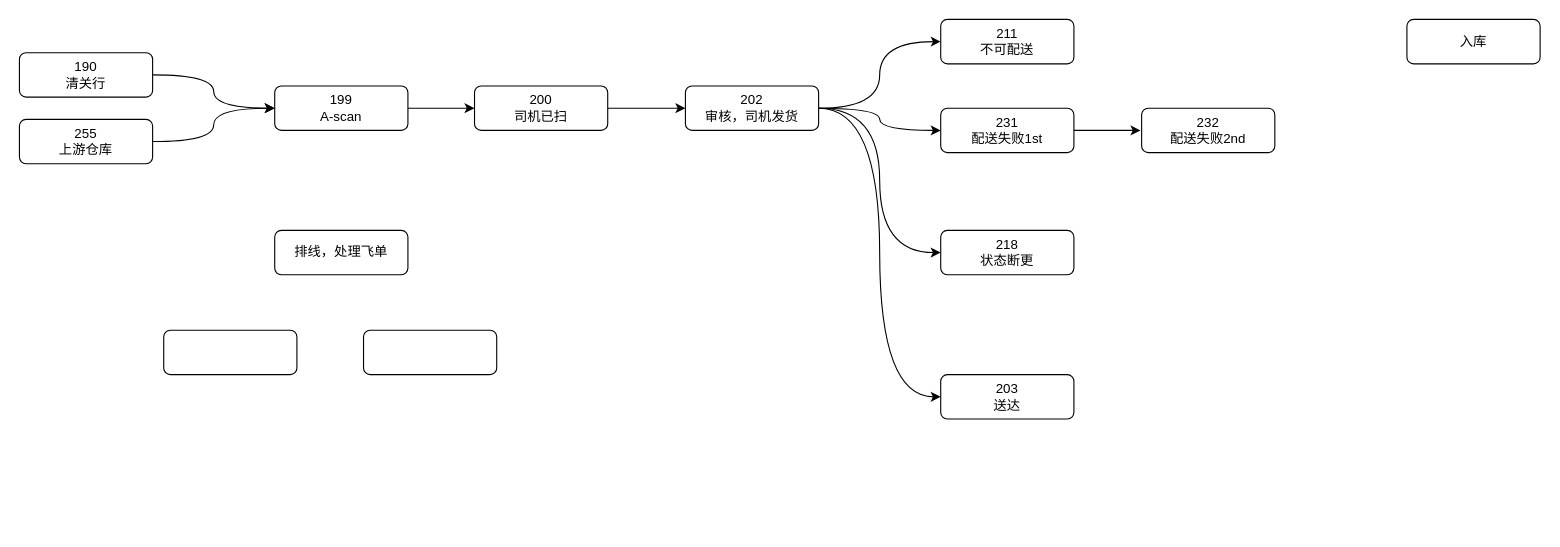
Earlier version of the draw.io diagram Untitled Diagram.drawio (joshmeiyb/draw.io). Source tidied: cells renumbered, new cells numbered last; positions are measured from the earlier drawing's top-left corner, leaving out a move shared by most shapes. Both pictures are drawn from the tidied source at 111%, with x=0, y=0 at pixel (19, 19).
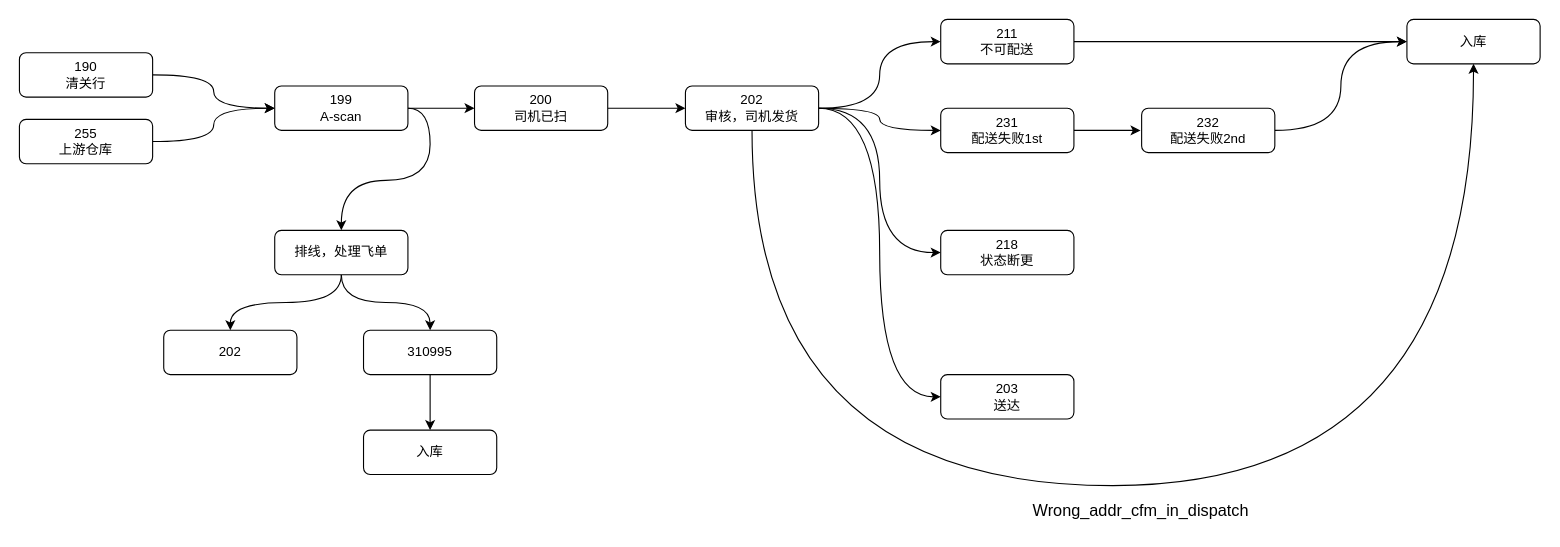
Above is the later version.

Unchanged cells that the change refers to:
```xml
<mxCell id="9" value="199&lt;div&gt;A-scan&lt;/div&gt;" style="rounded=1;whiteSpace=wrap;html=1;fontSize=12;glass=0;strokeWidth=1;shadow=0;" parent="1" vertex="1">
  <mxGeometry x="230" y="60" width="120" height="40" as="geometry" />
</mxCell>
<mxCell id="15" value="&lt;div&gt;202&lt;/div&gt;&lt;div&gt;审核，司机发货&lt;/div&gt;" style="rounded=1;whiteSpace=wrap;html=1;fontSize=12;glass=0;strokeWidth=1;shadow=0;" parent="1" vertex="1">
  <mxGeometry x="600" y="60" width="120" height="40" as="geometry" />
</mxCell>
<mxCell id="16" value="&lt;div&gt;211&lt;/div&gt;&lt;div&gt;不可配送&lt;/div&gt;" style="rounded=1;whiteSpace=wrap;html=1;fontSize=12;glass=0;strokeWidth=1;shadow=0;" parent="1" vertex="1">
  <mxGeometry x="830" width="120" height="40" as="geometry" />
</mxCell>
<mxCell id="20" value="&lt;div&gt;入库&lt;/div&gt;" style="rounded=1;whiteSpace=wrap;html=1;fontSize=12;glass=0;strokeWidth=1;shadow=0;" parent="1" vertex="1">
  <mxGeometry x="1250" width="120" height="40" as="geometry" />
</mxCell>
<mxCell id="21" value="&lt;div&gt;232&lt;/div&gt;&lt;div&gt;配送失败2nd&lt;/div&gt;" style="rounded=1;whiteSpace=wrap;html=1;fontSize=12;glass=0;strokeWidth=1;shadow=0;" parent="1" vertex="1">
  <mxGeometry x="1011" y="80" width="120" height="40" as="geometry" />
</mxCell>
<mxCell id="22" value="排线，处理飞单" style="rounded=1;whiteSpace=wrap;html=1;fontSize=12;glass=0;strokeWidth=1;shadow=0;" parent="1" vertex="1">
  <mxGeometry x="230" y="190" width="120" height="40" as="geometry" />
</mxCell>
```

What changed in the source:
```diff
@@
+    <mxCell id="25" style="edgeStyle=orthogonalEdgeStyle;rounded=0;jettySize=auto;html=1;exitX=1;exitY=0.5;exitDx=0;exitDy=0;curved=1;" parent="1" edge="1" source="9" target="22">
+      <mxGeometry relative="1" as="geometry" />
+    </mxCell>
@@
+    <mxCell id="26" style="edgeStyle=orthogonalEdgeStyle;rounded=0;jettySize=auto;html=1;exitX=0.5;exitY=1;exitDx=0;exitDy=0;entryX=0.5;entryY=1;entryDx=0;entryDy=0;curved=1;" parent="1" edge="1" source="15" target="20">
+      <mxGeometry relative="1" as="geometry">
+        <Array as="points">
+          <mxPoint x="660" y="420" />
+          <mxPoint x="1310" y="420" />
+        </Array>
+      </mxGeometry>
+    </mxCell>
@@
+    <mxCell id="27" style="edgeStyle=orthogonalEdgeStyle;rounded=0;jettySize=auto;html=1;exitX=1;exitY=0.5;exitDx=0;exitDy=0;" parent="1" edge="1" source="16">
+      <mxGeometry relative="1" as="geometry">
+        <mxPoint x="1250" y="20" as="targetPoint" />
+      </mxGeometry>
+    </mxCell>
@@
+    <mxCell id="28" style="edgeStyle=orthogonalEdgeStyle;rounded=0;jettySize=auto;html=1;exitX=1;exitY=0.5;exitDx=0;exitDy=0;entryX=0;entryY=0.5;entryDx=0;entryDy=0;curved=1;" parent="1" edge="1" source="21" target="20">
+      <mxGeometry relative="1" as="geometry" />
+    </mxCell>
@@
+    <mxCell id="29" style="edgeStyle=orthogonalEdgeStyle;rounded=0;jettySize=auto;html=1;exitX=0.5;exitY=1;exitDx=0;exitDy=0;entryX=0.5;entryY=0;entryDx=0;entryDy=0;curved=1;" parent="1" edge="1" source="22" target="23">
+      <mxGeometry relative="1" as="geometry" />
+    </mxCell>
+    <mxCell id="30" style="edgeStyle=orthogonalEdgeStyle;rounded=0;jettySize=auto;html=1;exitX=0.5;exitY=1;exitDx=0;exitDy=0;curved=1;" parent="1" edge="1" source="22" target="24">
+      <mxGeometry relative="1" as="geometry" />
+    </mxCell>
@@
-    <mxCell id="23" style="rounded=1;whiteSpace=wrap;html=1;fontSize=12;glass=0;strokeWidth=1;shadow=0;" parent="1" vertex="1">
+    <mxCell id="23" value="202" style="rounded=1;whiteSpace=wrap;html=1;fontSize=12;glass=0;strokeWidth=1;shadow=0;" parent="1" vertex="1">
       <mxGeometry x="130" y="280" width="120" height="40" as="geometry" />
     </mxCell>
+    <mxCell id="31" style="edgeStyle=orthogonalEdgeStyle;rounded=0;jettySize=auto;html=1;exitX=0.5;exitY=1;exitDx=0;exitDy=0;entryX=0.5;entryY=0;entryDx=0;entryDy=0;" parent="1" edge="1" source="24" target="32">
+      <mxGeometry relative="1" as="geometry" />
+    </mxCell>
-    <mxCell id="24" style="rounded=1;whiteSpace=wrap;html=1;fontSize=12;glass=0;strokeWidth=1;shadow=0;" parent="1" vertex="1">
+    <mxCell id="24" value="310995" style="rounded=1;whiteSpace=wrap;html=1;fontSize=12;glass=0;strokeWidth=1;shadow=0;" parent="1" vertex="1">
       <mxGeometry x="310" y="280" width="120" height="40" as="geometry" />
     </mxCell>
+    <mxCell id="32" value="入库" style="rounded=1;whiteSpace=wrap;html=1;fontSize=12;glass=0;strokeWidth=1;shadow=0;" parent="1" vertex="1">
+      <mxGeometry x="310" y="370" width="120" height="40" as="geometry" />
+    </mxCell>
+    <mxCell id="33" value="&lt;p style=&quot;margin:0in;font-family:Calibri;font-size:11.0pt&quot;&gt;Wrong_addr_cfm_in_dispatch&lt;/p&gt;" style="text;html=1;align=center;verticalAlign=middle;strokeColor=none;fillColor=none;" parent="1" vertex="1">
+      <mxGeometry x="910" y="428" width="200" height="30" as="geometry" />
+    </mxCell>
```
